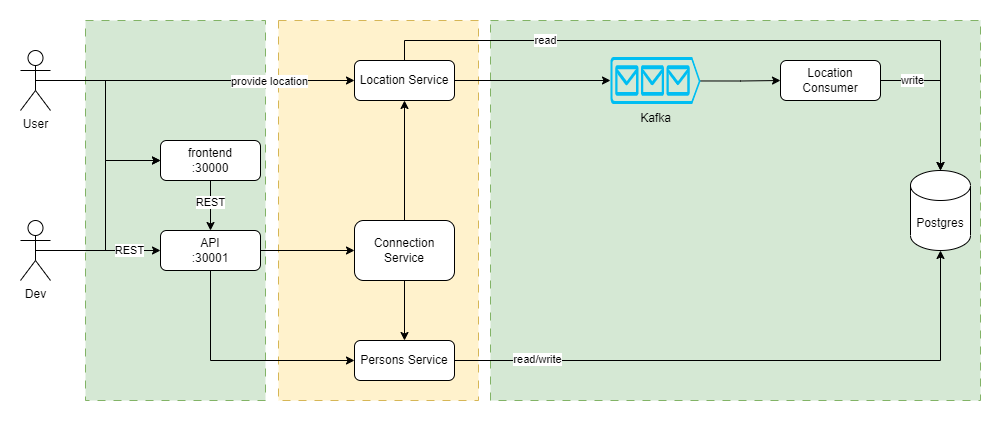
The draw.io diagram docs/architecture_design.png in phanhoaithuabc/message-passing, before a commit. Source tidied: cells renumbered, new cells last; positions are measured from the earlier drawing's top-left corner, leaving out a move shared by most shapes.
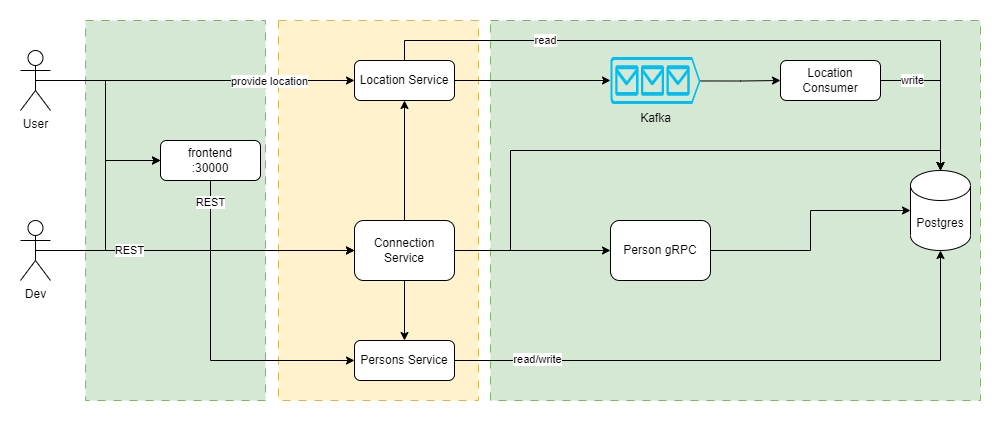
After the commit.

Change to the diagram source:
```diff
@@ -11,16 +11,7 @@
     <mxCell id="4" style="rounded=0;whiteSpace=wrap;html=1;dashed=1;dashPattern=8 8;fillColor=#fff2cc;strokeColor=#d6b656;" parent="1" vertex="1">
       <mxGeometry x="258" width="200" height="380" as="geometry" />
     </mxCell>
-    <mxCell id="5" style="edgeStyle=orthogonalEdgeStyle;rounded=0;jettySize=auto;html=1;exitX=0.5;exitY=1;exitDx=0;exitDy=0;entryX=0;entryY=0.5;entryDx=0;entryDy=0;" parent="1" edge="1" source="7" target="18">
-      <mxGeometry relative="1" as="geometry" />
-    </mxCell>
-    <mxCell id="6" style="edgeStyle=orthogonalEdgeStyle;rounded=0;jettySize=auto;html=1;exitX=1;exitY=0.5;exitDx=0;exitDy=0;entryX=0;entryY=0.5;entryDx=0;entryDy=0;" parent="1" edge="1" source="7" target="12">
-      <mxGeometry relative="1" as="geometry" />
-    </mxCell>
-    <mxCell id="7" value="API&lt;br&gt;:30001" style="rounded=1;whiteSpace=wrap;html=1;" parent="1" vertex="1">
-      <mxGeometry x="140" y="210" width="100" height="40" as="geometry" />
-    </mxCell>
-    <mxCell id="8" style="edgeStyle=orthogonalEdgeStyle;rounded=0;jettySize=auto;html=1;exitX=0.5;exitY=1;exitDx=0;exitDy=0;entryX=0.5;entryY=0;entryDx=0;entryDy=0;" parent="1" edge="1" source="9" target="7">
+    <mxCell id="8" style="edgeStyle=orthogonalEdgeStyle;rounded=0;jettySize=auto;html=1;exitX=0.5;exitY=1;exitDx=0;exitDy=0;entryX=0;entryY=0.5;entryDx=0;entryDy=0;" parent="1" edge="1" source="9" target="12">
       <mxGeometry relative="1" as="geometry" />
     </mxCell>
     <mxCell id="9" value="frontend&lt;br&gt;:30000" style="rounded=1;whiteSpace=wrap;html=1;" parent="1" vertex="1">
@@ -32,6 +23,18 @@
     <mxCell id="11" style="edgeStyle=orthogonalEdgeStyle;rounded=0;jettySize=auto;html=1;exitX=0.5;exitY=1;exitDx=0;exitDy=0;entryX=0.5;entryY=0;entryDx=0;entryDy=0;" parent="1" edge="1" source="12" target="18">
       <mxGeometry relative="1" as="geometry" />
     </mxCell>
+    <mxCell id="36" style="edgeStyle=orthogonalEdgeStyle;rounded=0;jettySize=auto;html=1;exitX=1;exitY=0.5;exitDx=0;exitDy=0;entryX=0.5;entryY=0;entryDx=0;entryDy=0;entryPerimeter=0;" parent="1" edge="1" source="12" target="24">
+      <mxGeometry relative="1" as="geometry">
+        <Array as="points">
+          <mxPoint x="490" y="230" />
+          <mxPoint x="490" y="130" />
+          <mxPoint x="920" y="130" />
+        </Array>
+      </mxGeometry>
+    </mxCell>
+    <mxCell id="37" style="edgeStyle=orthogonalEdgeStyle;rounded=0;jettySize=auto;html=1;exitX=1;exitY=0.5;exitDx=0;exitDy=0;" parent="1" edge="1" source="12" target="40">
+      <mxGeometry relative="1" as="geometry" />
+    </mxCell>
     <mxCell id="12" value="Connection Service" style="rounded=1;whiteSpace=wrap;html=1;" parent="1" vertex="1">
       <mxGeometry x="334" y="200" width="100" height="60" as="geometry" />
     </mxCell>
@@ -102,9 +105,17 @@
     <mxCell id="31" style="edgeStyle=orthogonalEdgeStyle;rounded=0;jettySize=auto;html=1;exitX=0.5;exitY=0.5;exitDx=0;exitDy=0;exitPerimeter=0;entryX=0;entryY=0.5;entryDx=0;entryDy=0;" parent="1" edge="1" source="33" target="9">
       <mxGeometry relative="1" as="geometry" />
     </mxCell>
-    <mxCell id="32" style="edgeStyle=orthogonalEdgeStyle;rounded=0;jettySize=auto;html=1;exitX=0.5;exitY=0.5;exitDx=0;exitDy=0;exitPerimeter=0;entryX=0;entryY=0.5;entryDx=0;entryDy=0;" parent="1" edge="1" source="33" target="7">
+    <mxCell id="32" style="edgeStyle=orthogonalEdgeStyle;rounded=0;jettySize=auto;html=1;exitX=0.5;exitY=0.5;exitDx=0;exitDy=0;exitPerimeter=0;entryX=0;entryY=0.5;entryDx=0;entryDy=0;" parent="1" edge="1" source="33" target="12">
       <mxGeometry relative="1" as="geometry" />
     </mxCell>
+    <mxCell id="38" style="edgeStyle=orthogonalEdgeStyle;rounded=0;jettySize=auto;html=1;exitX=0.5;exitY=0.5;exitDx=0;exitDy=0;exitPerimeter=0;entryX=0;entryY=0.5;entryDx=0;entryDy=0;" parent="1" edge="1" source="33" target="18">
+      <mxGeometry relative="1" as="geometry">
+        <Array as="points">
+          <mxPoint x="190" y="230" />
+          <mxPoint x="190" y="340" />
+        </Array>
+      </mxGeometry>
+    </mxCell>
     <mxCell id="33" value="Dev" style="shape=umlActor;verticalLabelPosition=bottom;verticalAlign=top;html=1;outlineConnect=0;" parent="1" vertex="1">
       <mxGeometry y="200" width="30" height="60" as="geometry" />
     </mxCell>
@@ -118,5 +129,11 @@
         <mxPoint x="2" as="offset" />
       </mxGeometry>
     </mxCell>
+    <mxCell id="39" style="edgeStyle=orthogonalEdgeStyle;rounded=0;jettySize=auto;html=1;exitX=1;exitY=0.5;exitDx=0;exitDy=0;entryX=0;entryY=0.5;entryDx=0;entryDy=0;entryPerimeter=0;" parent="1" edge="1" source="40" target="24">
+      <mxGeometry relative="1" as="geometry" />
+    </mxCell>
+    <mxCell id="40" value="Person gRPC" style="rounded=1;whiteSpace=wrap;html=1;" parent="1" vertex="1">
+      <mxGeometry x="590" y="200" width="100" height="60" as="geometry" />
+    </mxCell>
   </root>
 </mxGraphModel>
```
